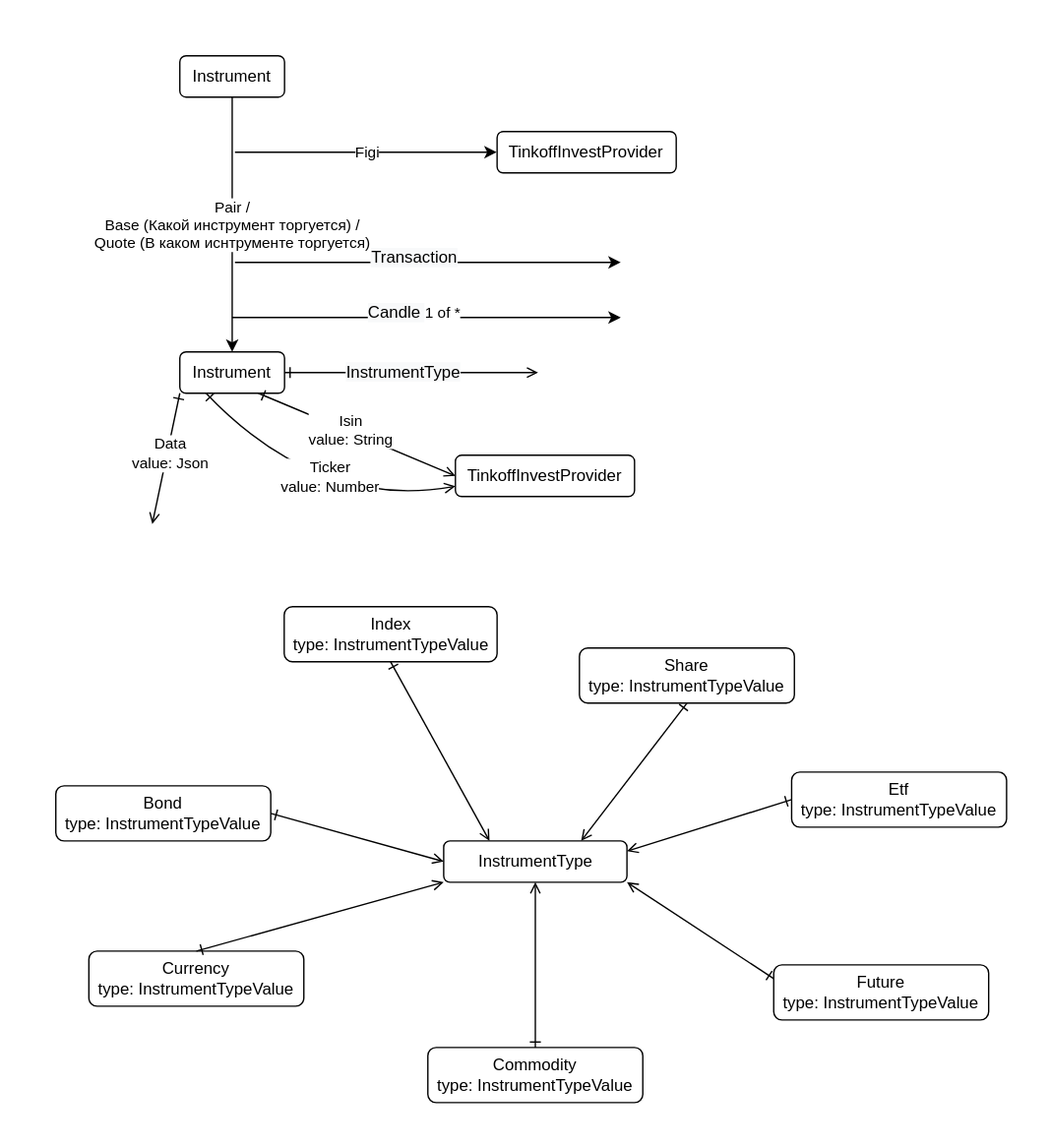
Before: src/instrument/Instrument.drawio.svg, a diagram exported from draw.io (suenot/deep-profitmaker). Source tidied: cells renumbered, new cells last; positions are measured from the earlier drawing's top-left corner, leaving out a move shared by most shapes.
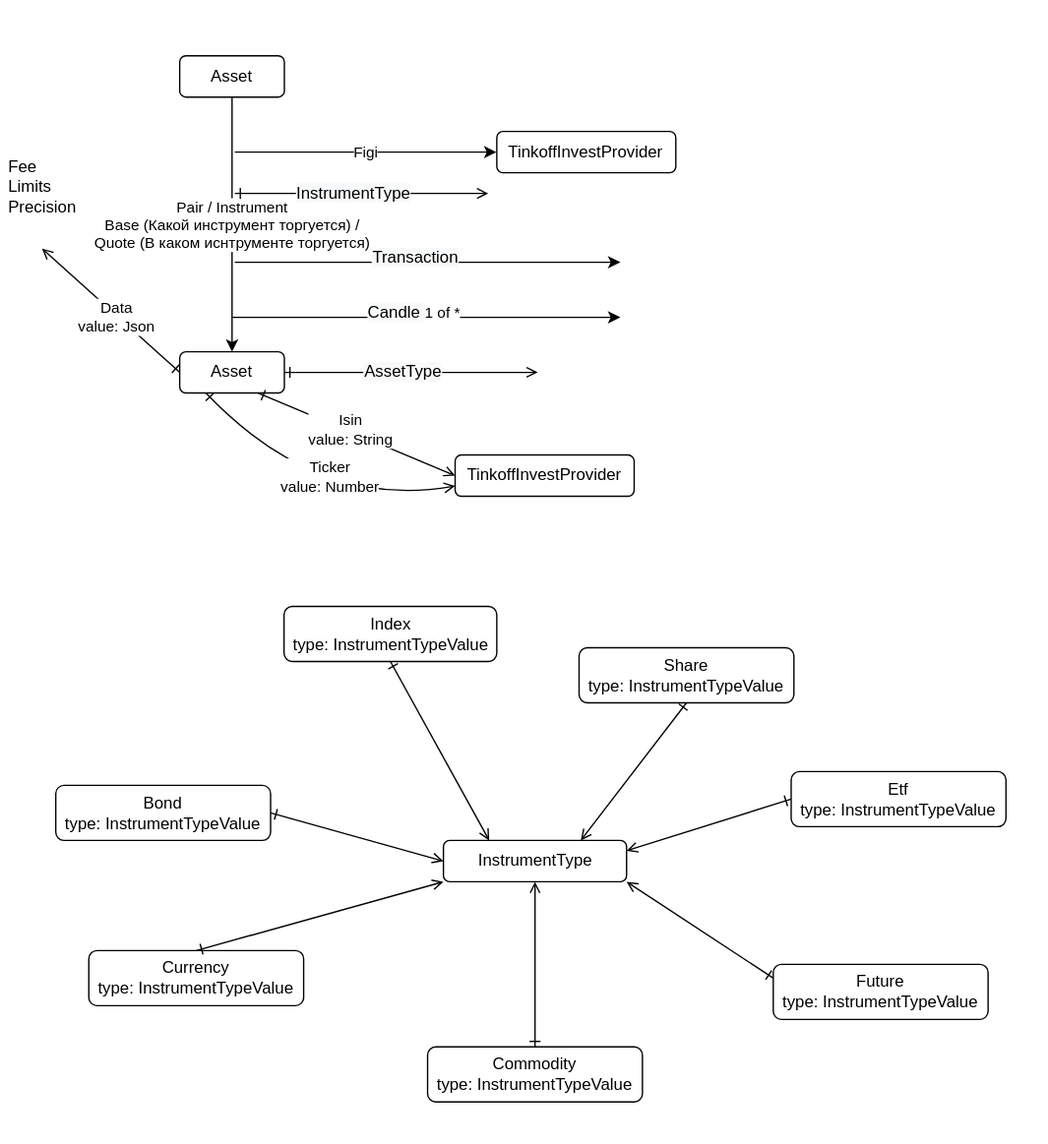
After the change.

The edit, as a diff of the source:
```diff
@@ -61,7 +61,7 @@
         <mxPoint x="1" as="offset" />
       </mxGeometry>
     </mxCell>
-    <mxCell id="20" value="Instrument" style="rounded=1;whiteSpace=wrap;html=1;labelBackgroundColor=none;" parent="1" vertex="1">
+    <mxCell id="20" value="Asset" style="rounded=1;whiteSpace=wrap;html=1;labelBackgroundColor=none;" parent="1" vertex="1">
       <mxGeometry x="130" y="255" width="76" height="30" as="geometry" />
     </mxCell>
     <mxCell id="21" style="edgeStyle=none;html=1;exitX=1;exitY=0.5;exitDx=0;exitDy=0;startArrow=ERone;startFill=0;entryX=0;entryY=0.5;entryDx=0;entryDy=0;endArrow=open;endFill=0;" parent="1" edge="1" source="20">
@@ -69,7 +69,7 @@
         <mxPoint x="390" y="270" as="targetPoint" />
       </mxGeometry>
     </mxCell>
-    <mxCell id="22" value="&lt;span style=&quot;font-size: 12px ; background-color: rgb(248 , 249 , 250)&quot;&gt;InstrumentType&lt;/span&gt;" style="edgeLabel;html=1;align=center;verticalAlign=middle;" parent="21" vertex="1">
+    <mxCell id="22" value="&lt;span style=&quot;font-size: 12px ; background-color: rgb(248 , 249 , 250)&quot;&gt;AssetType&lt;/span&gt;" style="edgeLabel;html=1;align=center;verticalAlign=middle;" parent="21" vertex="1">
       <mxGeometry x="-0.07" y="1" relative="1" as="geometry" />
     </mxCell>
     <mxCell id="23" style="edgeStyle=none;html=1;exitX=0.25;exitY=1;exitDx=0;exitDy=0;startArrow=ERone;startFill=0;entryX=0;entryY=0.75;entryDx=0;entryDy=0;endArrow=open;endFill=0;curved=1;" parent="1" edge="1" source="20" target="27">
@@ -95,9 +95,9 @@
     <mxCell id="27" value="TinkoffInvestProvider" style="rounded=1;whiteSpace=wrap;html=1;labelBackgroundColor=none;" parent="1" vertex="1">
       <mxGeometry x="330" y="330" width="130" height="30" as="geometry" />
     </mxCell>
-    <mxCell id="28" style="edgeStyle=none;html=1;exitX=0;exitY=1;exitDx=0;exitDy=0;startArrow=ERone;startFill=0;endArrow=open;endFill=0;" parent="1" edge="1" source="20">
+    <mxCell id="28" style="edgeStyle=none;html=1;exitX=0;exitY=0.5;exitDx=0;exitDy=0;startArrow=ERone;startFill=0;endArrow=open;endFill=0;" parent="1" edge="1" source="20">
       <mxGeometry relative="1" as="geometry">
-        <mxPoint x="110" y="380" as="targetPoint" />
+        <mxPoint x="30" y="180" as="targetPoint" />
       </mxGeometry>
     </mxCell>
     <mxCell id="29" value="Data&lt;br&gt;value: Json" style="edgeLabel;html=1;align=center;verticalAlign=middle;" parent="28" vertex="1">
@@ -112,10 +112,10 @@
     <mxCell id="31" value="TinkoffInvestProvider" style="rounded=1;whiteSpace=wrap;html=1;labelBackgroundColor=none;" parent="1" vertex="1">
       <mxGeometry x="360.2" y="95" width="130" height="30" as="geometry" />
     </mxCell>
-    <mxCell id="32" value="Pair /&lt;br&gt;Base (Какой инструмент торгуется) /&lt;br&gt;Quote (В каком иснтрументе торгуется)" style="edgeStyle=none;curved=1;html=1;exitX=0.5;exitY=1;exitDx=0;exitDy=0;entryX=0.5;entryY=0;entryDx=0;entryDy=0;" parent="1" edge="1" source="33" target="20">
+    <mxCell id="32" value="Pair / Instrument&lt;br&gt;Base (Какой инструмент торгуется) /&lt;br&gt;Quote (В каком иснтрументе торгуется)" style="edgeStyle=none;curved=1;html=1;exitX=0.5;exitY=1;exitDx=0;exitDy=0;entryX=0.5;entryY=0;entryDx=0;entryDy=0;" parent="1" edge="1" source="33" target="20">
       <mxGeometry relative="1" as="geometry" />
     </mxCell>
-    <mxCell id="33" value="Instrument" style="rounded=1;whiteSpace=wrap;html=1;labelBackgroundColor=none;" parent="1" vertex="1">
+    <mxCell id="33" value="Asset" style="rounded=1;whiteSpace=wrap;html=1;labelBackgroundColor=none;" parent="1" vertex="1">
       <mxGeometry x="130" y="40" width="76" height="30" as="geometry" />
     </mxCell>
     <mxCell id="34" style="edgeStyle=none;html=1;" parent="1" edge="1">
@@ -129,5 +129,17 @@
         <mxPoint x="1" as="offset" />
       </mxGeometry>
     </mxCell>
+    <mxCell id="36" style="edgeStyle=none;html=1;exitX=1;exitY=0.5;exitDx=0;exitDy=0;startArrow=ERone;startFill=0;entryX=0;entryY=0.5;entryDx=0;entryDy=0;endArrow=open;endFill=0;" parent="1" edge="1">
+      <mxGeometry relative="1" as="geometry">
+        <mxPoint x="170" y="140" as="sourcePoint" />
+        <mxPoint x="354" y="140" as="targetPoint" />
+      </mxGeometry>
+    </mxCell>
+    <mxCell id="37" value="&lt;span style=&quot;font-size: 12px ; background-color: rgb(248 , 249 , 250)&quot;&gt;InstrumentType&lt;/span&gt;" style="edgeLabel;html=1;align=center;verticalAlign=middle;" parent="36" vertex="1">
+      <mxGeometry x="-0.07" y="1" relative="1" as="geometry" />
+    </mxCell>
+    <mxCell id="38" value="&lt;div style=&quot;text-align: left&quot;&gt;&lt;span&gt;Fee&lt;/span&gt;&lt;/div&gt;&lt;div style=&quot;text-align: left&quot;&gt;&lt;span&gt;Limits&lt;/span&gt;&lt;/div&gt;&lt;div style=&quot;text-align: left&quot;&gt;&lt;span&gt;Precision&lt;/span&gt;&lt;/div&gt;" style="text;html=1;align=center;verticalAlign=middle;fillColor=none;strokeColor=none;rounded=0;" parent="1" vertex="1">
+      <mxGeometry y="110" width="60" height="50" as="geometry" />
+    </mxCell>
   </root>
 </mxGraphModel>
```
